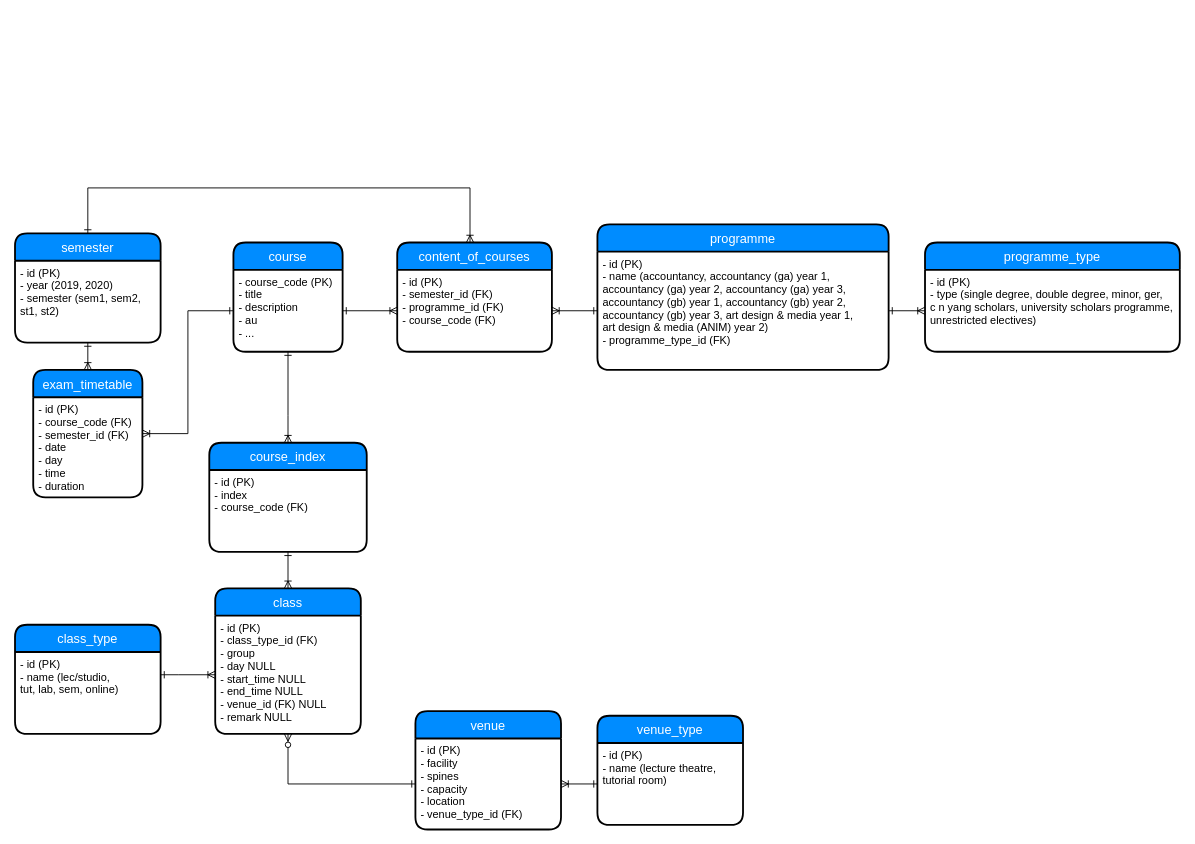
The draw.io diagram backend/data_model.drawio in alantanlc/ntucourses, before the edit. Source tidied: cells renumbered, new cells numbered last; positions are measured from the earlier drawing's top-left corner, leaving out a move shared by most shapes. Both pictures are drawn from the tidied source at 91%, with x=0, y=0 at pixel (15, 187).
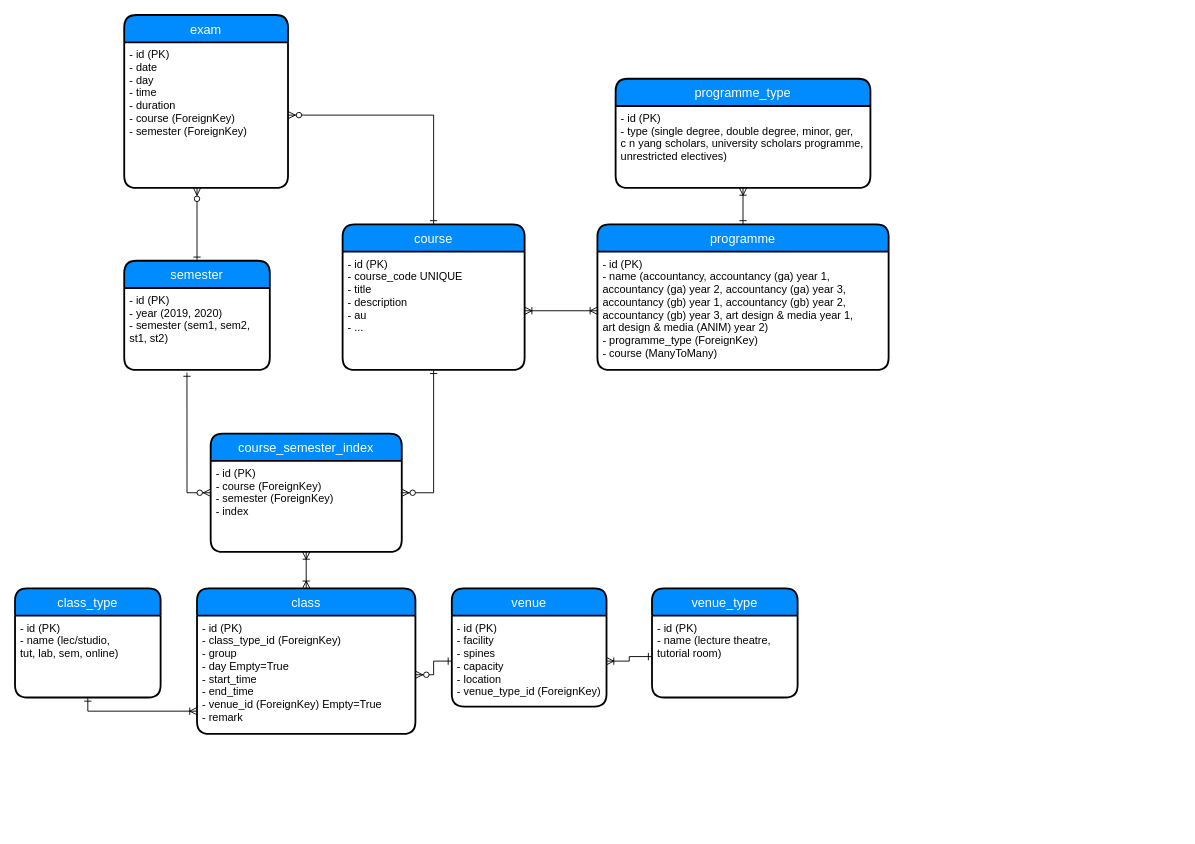
After the change.

The change refers to these unchanged cells:
```xml
<mxCell id="11" value="- id (PK)&#10;- name (lecture theatre, &#10;tutorial room)" style="align=left;strokeColor=none;fillColor=none;spacingLeft=4;fontSize=12;verticalAlign=top;" parent="10" vertex="1">
  <mxGeometry y="30" width="160" height="90" as="geometry" />
</mxCell>
<mxCell id="17" value="programme" style="swimlane;horizontal=1;startSize=30;fillColor=#008cff;fontColor=#FFFFFF;rounded=1;fontSize=14;fontStyle=0;strokeWidth=2;shadow=0;dashed=0;align=center;" parent="1" vertex="1">
  <mxGeometry x="640" y="40" width="320" height="160" as="geometry" />
</mxCell>
<mxCell id="20" value="- id (PK)&#10;- type (single degree, double degree, minor, ger, &#10;c n yang scholars, university scholars programme, &#10;unrestricted electives) " style="align=left;strokeColor=none;fillColor=none;spacingLeft=4;fontSize=12;verticalAlign=top;" parent="19" vertex="1">
  <mxGeometry y="30" width="280" height="90" as="geometry" />
</mxCell>
```

What changed in the source:
```diff
@@
-    <mxCell id="2" style="edgeStyle=orthogonalEdgeStyle;rounded=0;jettySize=auto;html=1;startArrow=ERone;startFill=0;endArrow=ERoneToMany;endFill=0;" parent="1" edge="1" source="3" target="33">
-      <mxGeometry relative="1" as="geometry">
-        <Array as="points">
-          <mxPoint x="300" y="250" />
-          <mxPoint x="300" y="250" />
-        </Array>
-      </mxGeometry>
-    </mxCell>
+    <mxCell id="5" style="edgeStyle=orthogonalEdgeStyle;rounded=0;jettySize=auto;html=1;startArrow=ERone;startFill=0;endArrow=ERzeroToMany;endFill=1;exitX=0;exitY=0.5;exitDx=0;exitDy=0;" parent="1" edge="1" source="8" target="32">
+      <mxGeometry relative="1" as="geometry" />
+    </mxCell>
+    <mxCell id="6" style="edgeStyle=orthogonalEdgeStyle;rounded=0;jettySize=auto;html=1;startArrow=ERoneToMany;startFill=0;endArrow=ERone;endFill=0;entryX=0.5;entryY=0;entryDx=0;entryDy=0;" parent="1" edge="1" source="20" target="17">
+      <mxGeometry relative="1" as="geometry" />
+    </mxCell>
+    <mxCell id="9" style="edgeStyle=orthogonalEdgeStyle;rounded=0;jettySize=auto;html=1;startArrow=ERone;startFill=0;endArrow=ERoneToMany;endFill=0;" parent="1" edge="1" source="11" target="8">
+      <mxGeometry relative="1" as="geometry" />
+    </mxCell>
+    <mxCell id="25" style="edgeStyle=orthogonalEdgeStyle;rounded=0;jettySize=auto;html=1;startArrow=ERone;startFill=0;endArrow=ERoneToMany;endFill=0;" parent="1" edge="1" source="26" target="32">
+      <mxGeometry relative="1" as="geometry">
+        <Array as="points">
+          <mxPoint x="180" y="575" />
+          <mxPoint x="180" y="575" />
+        </Array>
+      </mxGeometry>
+    </mxCell>
     <mxCell id="3" value="course" style="swimlane;horizontal=1;startSize=30;fillColor=#008cff;fontColor=#FFFFFF;rounded=1;fontSize=14;fontStyle=0;strokeWidth=2;shadow=0;dashed=0;align=center;" parent="1" vertex="1">
-      <mxGeometry x="240" y="60" width="120" height="120" as="geometry" />
+      <mxGeometry x="360" y="40" width="200" height="160" as="geometry" />
     </mxCell>
-    <mxCell id="4" value="- course_code (PK)&#10;- title&#10;- description&#10;- au&#10;- ..." style="align=left;strokeColor=none;fillColor=none;spacingLeft=4;fontSize=12;verticalAlign=top;" parent="3" vertex="1">
-      <mxGeometry y="30" width="120" height="90" as="geometry" />
+    <mxCell id="4" value="- id (PK)&#10;- course_code UNIQUE&#10;- title&#10;- description&#10;- au&#10;- ..." style="align=left;strokeColor=none;fillColor=none;spacingLeft=4;fontSize=12;verticalAlign=top;" parent="3" vertex="1">
+      <mxGeometry y="30" width="200" height="130" as="geometry" />
     </mxCell>
-    <mxCell id="5" style="edgeStyle=orthogonalEdgeStyle;rounded=0;jettySize=auto;html=1;startArrow=ERone;startFill=0;endArrow=ERzeroToMany;endFill=1;exitX=0;exitY=0.5;exitDx=0;exitDy=0;" parent="1" edge="1" source="8" target="32">
-      <mxGeometry relative="1" as="geometry" />
-    </mxCell>
-    <mxCell id="6" style="edgeStyle=orthogonalEdgeStyle;rounded=0;jettySize=auto;html=1;startArrow=ERoneToMany;startFill=0;endArrow=ERone;endFill=0;" parent="1" edge="1" source="20" target="18">
-      <mxGeometry relative="1" as="geometry" />
-    </mxCell>
+    <mxCell id="35" style="edgeStyle=orthogonalEdgeStyle;rounded=0;jettySize=auto;html=1;startArrow=ERoneToMany;startFill=0;endArrow=ERoneToMany;endFill=0;" parent="1" edge="1" source="4" target="18">
+      <mxGeometry relative="1" as="geometry" />
+    </mxCell>
+    <mxCell id="21" value="semester" style="swimlane;horizontal=1;startSize=30;fillColor=#008cff;fontColor=#FFFFFF;rounded=1;fontSize=14;fontStyle=0;strokeWidth=2;shadow=0;dashed=0;align=center;" parent="1" vertex="1">
+      <mxGeometry x="120" y="80" width="160" height="120" as="geometry" />
+    </mxCell>
+    <mxCell id="22" value="- id (PK)&#10;- year (2019, 2020)&#10;- semester (sem1, sem2, &#10;st1, st2)" style="align=left;strokeColor=none;fillColor=none;spacingLeft=4;fontSize=12;verticalAlign=top;" parent="21" vertex="1">
+      <mxGeometry y="30" width="160" height="90" as="geometry" />
+    </mxCell>
+    <mxCell id="36" style="edgeStyle=orthogonalEdgeStyle;rounded=0;jettySize=auto;html=1;entryX=0.5;entryY=1;entryDx=0;entryDy=0;startArrow=ERzeroToMany;startFill=1;endArrow=ERone;endFill=0;" parent="1" edge="1" source="38" target="4">
+      <mxGeometry relative="1" as="geometry">
+        <Array as="points">
+          <mxPoint x="460" y="335" />
+        </Array>
+      </mxGeometry>
+    </mxCell>
+    <mxCell id="37" style="edgeStyle=orthogonalEdgeStyle;rounded=0;jettySize=auto;html=1;entryX=0.431;entryY=1.033;entryDx=0;entryDy=0;entryPerimeter=0;startArrow=ERzeroToMany;startFill=1;endArrow=ERone;endFill=0;" parent="1" edge="1" source="38" target="22">
+      <mxGeometry relative="1" as="geometry">
+        <Array as="points">
+          <mxPoint x="189" y="335" />
+        </Array>
+      </mxGeometry>
+    </mxCell>
+    <mxCell id="38" value="course_semester_index" style="swimlane;horizontal=1;startSize=30;fillColor=#008cff;fontColor=#FFFFFF;rounded=1;fontSize=14;fontStyle=0;strokeWidth=2;shadow=0;dashed=0;align=center;" parent="1" vertex="1">
+      <mxGeometry x="215" y="270" width="210" height="130" as="geometry" />
+    </mxCell>
+    <mxCell id="39" value="- id (PK)&#10;- course (ForeignKey)&#10;- semester (ForeignKey)&#10;- index" style="align=left;strokeColor=none;fillColor=none;spacingLeft=4;fontSize=12;verticalAlign=top;" parent="38" vertex="1">
+      <mxGeometry y="30" width="210" height="100" as="geometry" />
+    </mxCell>
+    <mxCell id="40" style="edgeStyle=orthogonalEdgeStyle;rounded=0;jettySize=auto;html=1;startArrow=ERoneToMany;startFill=0;endArrow=ERoneToMany;endFill=0;entryX=0.5;entryY=0;entryDx=0;entryDy=0;" parent="1" edge="1" source="39" target="31">
+      <mxGeometry relative="1" as="geometry" />
+    </mxCell>
+    <mxCell id="23" value="exam" style="swimlane;horizontal=1;startSize=30;fillColor=#008cff;fontColor=#FFFFFF;rounded=1;fontSize=14;fontStyle=0;strokeWidth=2;shadow=0;dashed=0;align=center;" parent="1" vertex="1">
+      <mxGeometry x="120" y="-190" width="180" height="190" as="geometry" />
+    </mxCell>
+    <mxCell id="24" value="- id (PK)&#10;- date&#10;- day&#10;- time&#10;- duration&#10;- course (ForeignKey)&#10;- semester (ForeignKey)" style="align=left;strokeColor=none;fillColor=none;spacingLeft=4;fontSize=12;verticalAlign=top;" parent="23" vertex="1">
+      <mxGeometry y="30" width="180" height="160" as="geometry" />
+    </mxCell>
+    <mxCell id="41" style="edgeStyle=orthogonalEdgeStyle;rounded=0;jettySize=auto;html=1;startArrow=ERzeroToMany;startFill=1;endArrow=ERone;endFill=0;" parent="1" edge="1" source="24" target="21">
+      <mxGeometry relative="1" as="geometry">
+        <Array as="points">
+          <mxPoint x="200" y="30" />
+          <mxPoint x="200" y="30" />
+        </Array>
+      </mxGeometry>
+    </mxCell>
+    <mxCell id="42" style="edgeStyle=orthogonalEdgeStyle;rounded=0;jettySize=auto;html=1;exitX=1;exitY=0.5;exitDx=0;exitDy=0;startArrow=ERzeroToMany;startFill=1;endArrow=ERone;endFill=0;" parent="1" edge="1" source="24" target="3">
+      <mxGeometry relative="1" as="geometry" />
+    </mxCell>
+    <mxCell id="31" value="class" style="swimlane;horizontal=1;startSize=30;fillColor=#008cff;fontColor=#FFFFFF;rounded=1;fontSize=14;fontStyle=0;strokeWidth=2;shadow=0;dashed=0;align=center;" parent="1" vertex="1">
+      <mxGeometry x="200" y="440" width="240" height="160" as="geometry" />
+    </mxCell>
+    <mxCell id="32" value="- id (PK)&#10;- class_type_id (ForeignKey)&#10;- group&#10;- day Empty=True&#10;- start_time&#10;- end_time&#10;- venue_id (ForeignKey) Empty=True&#10;- remark" style="align=left;strokeColor=none;fillColor=none;spacingLeft=4;fontSize=12;verticalAlign=top;" parent="31" vertex="1">
+      <mxGeometry y="30" width="240" height="130" as="geometry" />
+    </mxCell>
     <mxCell id="7" value="venue" style="swimlane;horizontal=1;startSize=30;fillColor=#008cff;fontColor=#FFFFFF;rounded=1;fontSize=14;fontStyle=0;strokeWidth=2;shadow=0;dashed=0;align=center;" parent="1" vertex="1">
-      <mxGeometry x="440" y="575" width="160" height="130" as="geometry" />
+      <mxGeometry x="480" y="440" width="170" height="130" as="geometry" />
     </mxCell>
-    <mxCell id="8" value="- id (PK)&#10;- facility&#10;- spines&#10;- capacity&#10;- location&#10;- venue_type_id (FK)" style="align=left;strokeColor=none;fillColor=none;spacingLeft=4;fontSize=12;verticalAlign=top;" parent="7" vertex="1">
-      <mxGeometry y="30" width="160" height="100" as="geometry" />
+    <mxCell id="8" value="- id (PK)&#10;- facility&#10;- spines&#10;- capacity&#10;- location&#10;- venue_type_id (ForeignKey)" style="align=left;strokeColor=none;fillColor=none;spacingLeft=4;fontSize=12;verticalAlign=top;" parent="7" vertex="1">
+      <mxGeometry y="30" width="170" height="100" as="geometry" />
     </mxCell>
-    <mxCell id="9" style="edgeStyle=orthogonalEdgeStyle;rounded=0;jettySize=auto;html=1;startArrow=ERone;startFill=0;endArrow=ERoneToMany;endFill=0;" parent="1" edge="1" source="11" target="8">
-      <mxGeometry relative="1" as="geometry" />
-    </mxCell>
     <mxCell id="10" value="venue_type" style="swimlane;horizontal=1;startSize=30;fillColor=#008cff;fontColor=#FFFFFF;rounded=1;fontSize=14;fontStyle=0;strokeWidth=2;shadow=0;dashed=0;align=center;" parent="1" vertex="1">
-      <mxGeometry x="640" y="580" width="160" height="120" as="geometry" />
+      <mxGeometry x="700" y="440" width="160" height="120" as="geometry" />
     </mxCell>
@@
-    <mxCell id="12" style="edgeStyle=orthogonalEdgeStyle;rounded=0;jettySize=auto;html=1;entryX=0.5;entryY=0;entryDx=0;entryDy=0;startArrow=ERoneToMany;startFill=0;endArrow=ERone;endFill=0;" parent="1" edge="1" source="28" target="21">
-      <mxGeometry relative="1" as="geometry">
-        <Array as="points">
-          <mxPoint x="500" />
-          <mxPoint x="80" />
-        </Array>
-      </mxGeometry>
-    </mxCell>
-    <mxCell id="13" style="edgeStyle=orthogonalEdgeStyle;rounded=0;jettySize=auto;html=1;startArrow=ERoneToMany;startFill=0;endArrow=ERone;endFill=0;" parent="1" edge="1" source="29" target="4">
-      <mxGeometry relative="1" as="geometry" />
-    </mxCell>
-    <mxCell id="14" style="edgeStyle=orthogonalEdgeStyle;rounded=0;jettySize=auto;html=1;startArrow=ERoneToMany;startFill=0;endArrow=ERone;endFill=0;" parent="1" edge="1" source="29" target="18">
-      <mxGeometry relative="1" as="geometry" />
-    </mxCell>
-    <mxCell id="15" style="edgeStyle=orthogonalEdgeStyle;rounded=0;jettySize=auto;html=1;startArrow=ERoneToMany;startFill=0;endArrow=ERone;endFill=0;" parent="1" edge="1" source="23" target="22">
-      <mxGeometry relative="1" as="geometry">
-        <Array as="points">
-          <mxPoint x="80" y="220" />
-          <mxPoint x="80" y="220" />
-        </Array>
-      </mxGeometry>
-    </mxCell>
-    <mxCell id="16" style="edgeStyle=orthogonalEdgeStyle;rounded=0;jettySize=auto;html=1;entryX=0;entryY=0.5;entryDx=0;entryDy=0;startArrow=ERoneToMany;startFill=0;endArrow=ERone;endFill=0;" parent="1" edge="1" source="23" target="4">
-      <mxGeometry relative="1" as="geometry" />
-    </mxCell>
+    <mxCell id="26" value="class_type" style="swimlane;horizontal=1;startSize=30;fillColor=#008cff;fontColor=#FFFFFF;rounded=1;fontSize=14;fontStyle=0;strokeWidth=2;shadow=0;dashed=0;align=center;" parent="1" vertex="1">
+      <mxGeometry y="440" width="160" height="120" as="geometry" />
+    </mxCell>
+    <mxCell id="27" value="- id (PK)&#10;- name (lec/studio, &#10;tut, lab, sem, online)" style="align=left;strokeColor=none;fillColor=none;spacingLeft=4;fontSize=12;verticalAlign=top;" parent="26" vertex="1">
+      <mxGeometry y="30" width="160" height="90" as="geometry" />
+    </mxCell>
@@
-    <mxCell id="18" value="- id (PK)&#10;- name (accountancy, accountancy (ga) year 1, &#10;accountancy (ga) year 2, accountancy (ga) year 3, &#10;accountancy (gb) year 1, accountancy (gb) year 2, &#10;accountancy (gb) year 3, art design &amp; media year 1,&#10;art design &amp; media (ANIM) year 2)&#10;- programme_type_id (FK)" style="align=left;strokeColor=none;fillColor=none;spacingLeft=4;fontSize=12;verticalAlign=top;" parent="17" vertex="1">
+    <mxCell id="18" value="- id (PK)&#10;- name (accountancy, accountancy (ga) year 1, &#10;accountancy (ga) year 2, accountancy (ga) year 3, &#10;accountancy (gb) year 1, accountancy (gb) year 2, &#10;accountancy (gb) year 3, art design &amp; media year 1,&#10;art design &amp; media (ANIM) year 2)&#10;- programme_type (ForeignKey)&#10;- course (ManyToMany)" style="align=left;strokeColor=none;fillColor=none;spacingLeft=4;fontSize=12;verticalAlign=top;" parent="17" vertex="1">
       <mxGeometry y="30" width="320" height="130" as="geometry" />
     </mxCell>
     <mxCell id="19" value="programme_type" style="swimlane;horizontal=1;startSize=30;fillColor=#008cff;fontColor=#FFFFFF;rounded=1;fontSize=14;fontStyle=0;strokeWidth=2;shadow=0;dashed=0;align=center;" parent="1" vertex="1">
-      <mxGeometry x="1000" y="60" width="280" height="120" as="geometry" />
+      <mxGeometry x="660" y="-120" width="280" height="120" as="geometry" />
     </mxCell>
@@
-    <mxCell id="21" value="semester" style="swimlane;horizontal=1;startSize=30;fillColor=#008cff;fontColor=#FFFFFF;rounded=1;fontSize=14;fontStyle=0;strokeWidth=2;shadow=0;dashed=0;align=center;" parent="1" vertex="1">
-      <mxGeometry y="50" width="160" height="120" as="geometry" />
-    </mxCell>
-    <mxCell id="22" value="- id (PK)&#10;- year (2019, 2020)&#10;- semester (sem1, sem2, &#10;st1, st2)" style="align=left;strokeColor=none;fillColor=none;spacingLeft=4;fontSize=12;verticalAlign=top;" parent="21" vertex="1">
-      <mxGeometry y="30" width="160" height="90" as="geometry" />
-    </mxCell>
-    <mxCell id="23" value="exam_timetable" style="swimlane;horizontal=1;startSize=30;fillColor=#008cff;fontColor=#FFFFFF;rounded=1;fontSize=14;fontStyle=0;strokeWidth=2;shadow=0;dashed=0;align=center;" parent="1" vertex="1">
-      <mxGeometry x="20" y="200" width="120" height="140" as="geometry" />
-    </mxCell>
-    <mxCell id="24" value="- id (PK)&#10;- course_code (FK)&#10;- semester_id (FK)&#10;- date&#10;- day&#10;- time&#10;- duration" style="align=left;strokeColor=none;fillColor=none;spacingLeft=4;fontSize=12;verticalAlign=top;" parent="23" vertex="1">
-      <mxGeometry y="30" width="120" height="110" as="geometry" />
-    </mxCell>
-    <mxCell id="25" style="edgeStyle=orthogonalEdgeStyle;rounded=0;jettySize=auto;html=1;startArrow=ERone;startFill=0;endArrow=ERoneToMany;endFill=0;" parent="1" edge="1" source="26" target="32">
-      <mxGeometry relative="1" as="geometry">
-        <Array as="points">
-          <mxPoint x="180" y="535" />
-          <mxPoint x="180" y="535" />
-        </Array>
-      </mxGeometry>
-    </mxCell>
-    <mxCell id="26" value="class_type" style="swimlane;horizontal=1;startSize=30;fillColor=#008cff;fontColor=#FFFFFF;rounded=1;fontSize=14;fontStyle=0;strokeWidth=2;shadow=0;dashed=0;align=center;" parent="1" vertex="1">
-      <mxGeometry y="480" width="160" height="120" as="geometry" />
-    </mxCell>
-    <mxCell id="27" value="- id (PK)&#10;- name (lec/studio, &#10;tut, lab, sem, online)" style="align=left;strokeColor=none;fillColor=none;spacingLeft=4;fontSize=12;verticalAlign=top;" parent="26" vertex="1">
-      <mxGeometry y="30" width="160" height="90" as="geometry" />
-    </mxCell>
-    <mxCell id="28" value="content_of_courses" style="swimlane;horizontal=1;startSize=30;fillColor=#008cff;fontColor=#FFFFFF;rounded=1;fontSize=14;fontStyle=0;strokeWidth=2;shadow=0;dashed=0;align=center;" parent="1" vertex="1">
-      <mxGeometry x="420" y="60" width="170" height="120" as="geometry" />
-    </mxCell>
-    <mxCell id="29" value="- id (PK)&#10;- semester_id (FK)&#10;- programme_id (FK)&#10;- course_code (FK)" style="align=left;strokeColor=none;fillColor=none;spacingLeft=4;fontSize=12;verticalAlign=top;" parent="28" vertex="1">
-      <mxGeometry y="30" width="170" height="90" as="geometry" />
-    </mxCell>
-    <mxCell id="30" style="edgeStyle=orthogonalEdgeStyle;rounded=0;jettySize=auto;html=1;startArrow=ERone;startFill=0;endArrow=ERoneToMany;endFill=0;" parent="1" edge="1" source="34" target="31">
-      <mxGeometry relative="1" as="geometry" />
-    </mxCell>
-    <mxCell id="31" value="class" style="swimlane;horizontal=1;startSize=30;fillColor=#008cff;fontColor=#FFFFFF;rounded=1;fontSize=14;fontStyle=0;strokeWidth=2;shadow=0;dashed=0;align=center;" parent="1" vertex="1">
-      <mxGeometry x="220" y="440" width="160" height="160" as="geometry" />
-    </mxCell>
-    <mxCell id="32" value="- id (PK)&#10;- class_type_id (FK)&#10;- group&#10;- day NULL&#10;- start_time NULL&#10;- end_time NULL&#10;- venue_id (FK) NULL&#10;- remark NULL" style="align=left;strokeColor=none;fillColor=none;spacingLeft=4;fontSize=12;verticalAlign=top;" parent="31" vertex="1">
-      <mxGeometry y="30" width="160" height="130" as="geometry" />
-    </mxCell>
-    <mxCell id="33" value="course_index" style="swimlane;horizontal=1;startSize=30;fillColor=#008cff;fontColor=#FFFFFF;rounded=1;fontSize=14;fontStyle=0;strokeWidth=2;shadow=0;dashed=0;align=center;" parent="1" vertex="1">
-      <mxGeometry x="213.5" y="280" width="173" height="120" as="geometry" />
-    </mxCell>
-    <mxCell id="34" value="- id (PK)&#10;- index&#10;- course_code (FK)" style="align=left;strokeColor=none;fillColor=none;spacingLeft=4;fontSize=12;verticalAlign=top;" parent="33" vertex="1">
-      <mxGeometry y="30" width="173" height="90" as="geometry" />
-    </mxCell>
```
